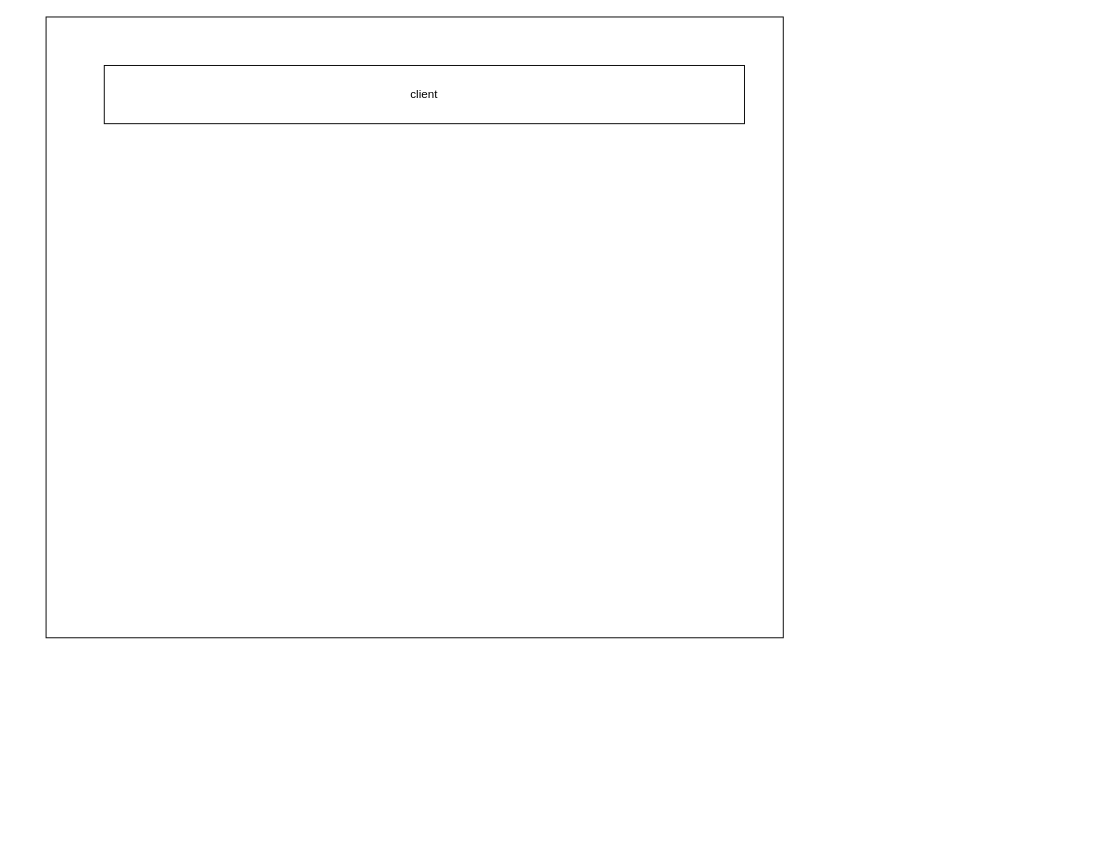
Earlier version of the draw.io diagram drawio/work-flow.drawio (KorRyu3/TriPal). Source tidied: cells renumbered, new cells numbered last; positions are measured from the earlier drawing's top-left corner, leaving out a move shared by most shapes. Both pictures are drawn from the tidied source at 97%, with x=0, y=0 at pixel (46, 16).
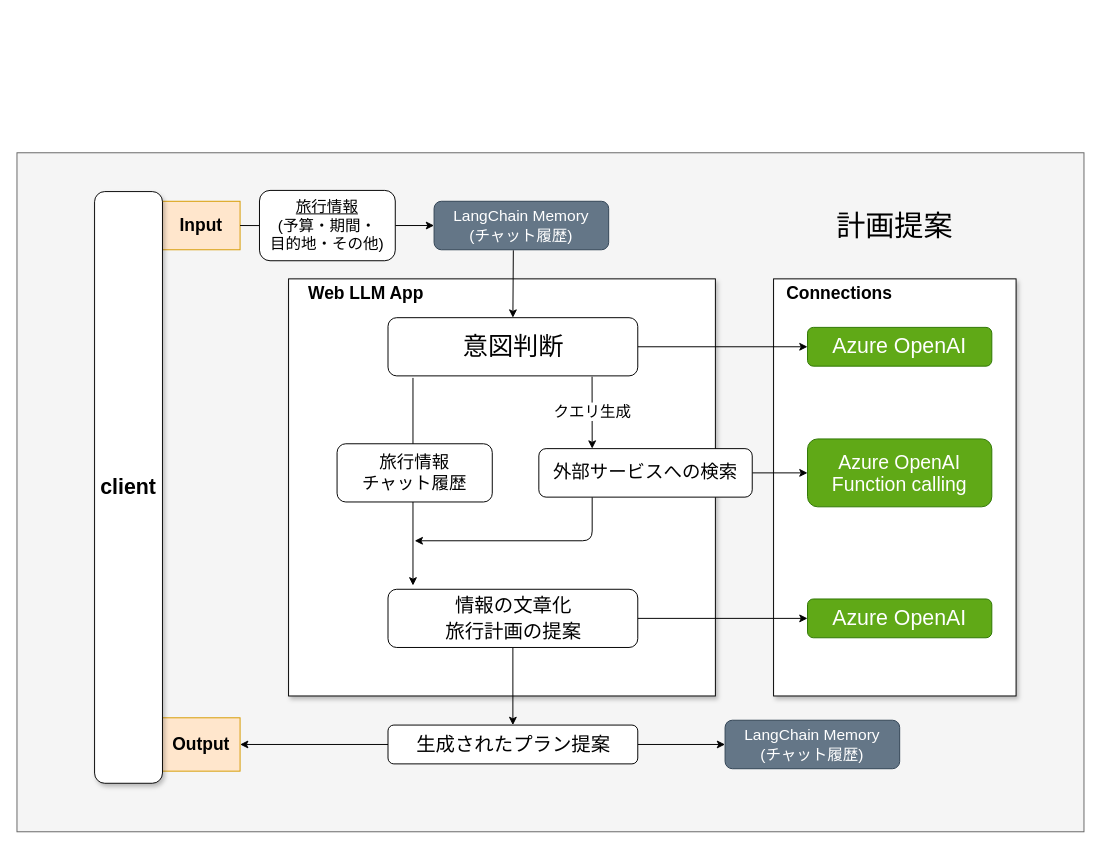
The same diagram, later.

Commit message:
[add] 計画提案のワークフローを組み立てました。

What changed in the source:
```diff
@@
-    <mxCell id="2" style="rounded=0;whiteSpace=wrap;html=1;strokeColor=#080808;" parent="1" vertex="1">
-      <mxGeometry width="760" height="640" as="geometry" />
+    <mxCell id="2" style="rounded=0;whiteSpace=wrap;html=1;strokeColor=#666666;fillColor=#f5f5f5;fontColor=#333333;" parent="1" vertex="1">
+      <mxGeometry x="-30" y="140" width="1100" height="700" as="geometry" />
     </mxCell>
+    <mxCell id="4" style="rounded=0;whiteSpace=wrap;html=1;shadow=1;" parent="1" vertex="1">
+      <mxGeometry x="250" y="270" width="440" height="430" as="geometry" />
+    </mxCell>
+    <mxCell id="5" style="rounded=0;whiteSpace=wrap;html=1;shadow=1;" parent="1" vertex="1">
+      <mxGeometry x="750" y="270" width="250" height="430" as="geometry" />
+    </mxCell>
+    <mxCell id="6" style="edgeStyle=none;html=1;entryX=0;entryY=0.5;entryDx=0;entryDy=0;fontSize=17;" parent="1" edge="1" source="10" target="11">
+      <mxGeometry relative="1" as="geometry" />
+    </mxCell>
+    <mxCell id="7" style="edgeStyle=none;html=1;entryX=0.1;entryY=-0.065;entryDx=0;entryDy=0;fontSize=16;exitX=0.1;exitY=1.035;exitDx=0;exitDy=0;exitPerimeter=0;entryPerimeter=0;" parent="1" edge="1" source="10" target="22">
+      <mxGeometry relative="1" as="geometry" />
+    </mxCell>
+    <mxCell id="8" style="edgeStyle=none;html=1;exitX=0.817;exitY=1.014;exitDx=0;exitDy=0;entryX=0.25;entryY=0;entryDx=0;entryDy=0;fontSize=16;exitPerimeter=0;" parent="1" edge="1" source="10" target="15">
+      <mxGeometry relative="1" as="geometry" />
+    </mxCell>
+    <mxCell id="9" value="クエリ生成" style="edgeLabel;html=1;align=center;verticalAlign=middle;fontSize=16;" parent="8" vertex="1">
+      <mxGeometry x="-0.37" relative="1" as="geometry">
+        <mxPoint y="13" as="offset" />
+      </mxGeometry>
+    </mxCell>
+    <mxCell id="10" value="&lt;font style=&quot;font-size: 26px;&quot;&gt;意図判断&lt;br style=&quot;font-size: 26px;&quot;&gt;&lt;/font&gt;" style="rounded=1;whiteSpace=wrap;html=1;fontSize=26;" parent="1" vertex="1">
+      <mxGeometry x="352.5" y="310" width="257.5" height="60" as="geometry" />
+    </mxCell>
+    <mxCell id="11" value="&lt;p style=&quot;line-height: 10%; font-size: 22px;&quot;&gt;Azure&amp;nbsp;&lt;span style=&quot;background-color: initial; font-size: 22px;&quot;&gt;OpenAI&lt;/span&gt;&lt;/p&gt;" style="rounded=1;whiteSpace=wrap;html=1;fontSize=22;fillColor=#60a917;fontColor=#ffffff;strokeColor=#2D7600;" parent="1" vertex="1">
+      <mxGeometry x="785" y="320" width="190" height="40" as="geometry" />
+    </mxCell>
+    <mxCell id="12" style="edgeStyle=none;html=1;fontSize=14;exitX=0.454;exitY=1.01;exitDx=0;exitDy=0;exitPerimeter=0;entryX=0.5;entryY=0;entryDx=0;entryDy=0;" parent="1" edge="1" source="34" target="10">
+      <mxGeometry relative="1" as="geometry" />
+    </mxCell>
+    <mxCell id="13" style="edgeStyle=none;html=1;entryX=0;entryY=0.5;entryDx=0;entryDy=0;fontSize=22;" parent="1" edge="1" source="15" target="17">
+      <mxGeometry relative="1" as="geometry" />
+    </mxCell>
+    <mxCell id="14" style="edgeStyle=none;html=1;exitX=0.25;exitY=1;exitDx=0;exitDy=0;fontSize=16;" parent="1" edge="1" source="15">
+      <mxGeometry relative="1" as="geometry">
+        <mxPoint x="380" y="540" as="targetPoint" />
+        <Array as="points">
+          <mxPoint x="563" y="540" />
+        </Array>
+      </mxGeometry>
+    </mxCell>
+    <mxCell id="15" value="&lt;font style=&quot;font-size: 19px;&quot;&gt;外部サービスへの検索&lt;/font&gt;" style="rounded=1;whiteSpace=wrap;html=1;fontSize=19;" parent="1" vertex="1">
+      <mxGeometry x="508" y="445" width="220" height="50" as="geometry" />
+    </mxCell>
+    <mxCell id="16" value="&lt;p style=&quot;line-height: 10%; font-size: 22px;&quot;&gt;Azure&amp;nbsp;&lt;span style=&quot;background-color: initial; font-size: 22px;&quot;&gt;OpenAI&lt;/span&gt;&lt;/p&gt;" style="rounded=1;whiteSpace=wrap;html=1;fontSize=22;fillColor=#60a917;fontColor=#ffffff;strokeColor=#2D7600;" parent="1" vertex="1">
+      <mxGeometry x="785" y="600" width="190" height="40" as="geometry" />
+    </mxCell>
+    <mxCell id="17" value="&lt;p style=&quot;line-height: 10%; font-size: 20px;&quot;&gt;Azure&amp;nbsp;&lt;span style=&quot;border-color: var(--border-color); background-color: initial; font-size: 20px;&quot;&gt;OpenAI&lt;/span&gt;&lt;span style=&quot;background-color: initial; font-size: 20px;&quot;&gt;&lt;br style=&quot;font-size: 20px;&quot;&gt;&lt;/span&gt;&lt;/p&gt;&lt;p style=&quot;line-height: 10%; font-size: 20px;&quot;&gt;&lt;span style=&quot;background-color: initial; font-size: 20px;&quot;&gt;Function calling&lt;/span&gt;&lt;br style=&quot;font-size: 20px;&quot;&gt;&lt;/p&gt;" style="rounded=1;whiteSpace=wrap;html=1;fontSize=20;fillColor=#60a917;fontColor=#ffffff;strokeColor=#2D7600;" parent="1" vertex="1">
+      <mxGeometry x="785" y="435" width="190" height="70" as="geometry" />
+    </mxCell>
+    <mxCell id="18" value="旅行情報&lt;br&gt;チャット履歴" style="rounded=1;whiteSpace=wrap;html=1;fontSize=18;" parent="1" vertex="1">
+      <mxGeometry x="300" y="440" width="160" height="60" as="geometry" />
+    </mxCell>
+    <mxCell id="19" value="計画提案" style="text;html=1;align=center;verticalAlign=middle;whiteSpace=wrap;rounded=0;fontSize=30;" parent="1" vertex="1">
+      <mxGeometry x="750" y="200" width="250" height="30" as="geometry" />
+    </mxCell>
+    <mxCell id="20" style="edgeStyle=none;html=1;entryX=0;entryY=0.5;entryDx=0;entryDy=0;fontSize=1;" parent="1" edge="1" source="22" target="16">
+      <mxGeometry relative="1" as="geometry" />
+    </mxCell>
+    <mxCell id="21" style="edgeStyle=none;html=1;entryX=0.5;entryY=0;entryDx=0;entryDy=0;fontSize=1;" parent="1" edge="1" source="22" target="25">
+      <mxGeometry relative="1" as="geometry" />
+    </mxCell>
+    <mxCell id="22" value="&lt;font style=&quot;font-size: 20px;&quot;&gt;情報の文章化&lt;br&gt;旅行計画の提案&lt;br&gt;&lt;/font&gt;" style="rounded=1;whiteSpace=wrap;html=1;fontSize=22;" parent="1" vertex="1">
+      <mxGeometry x="352.5" y="590" width="257.5" height="60" as="geometry" />
+    </mxCell>
+    <mxCell id="23" style="edgeStyle=none;html=1;fontSize=1;entryX=0;entryY=0.5;entryDx=0;entryDy=0;" parent="1" edge="1" source="25" target="26">
+      <mxGeometry relative="1" as="geometry" />
+    </mxCell>
+    <mxCell id="24" style="edgeStyle=none;html=1;fontSize=1;entryX=1;entryY=0.5;entryDx=0;entryDy=0;" parent="1" edge="1" source="25" target="28">
+      <mxGeometry relative="1" as="geometry" />
+    </mxCell>
+    <mxCell id="25" value="&lt;font style=&quot;font-size: 20px;&quot;&gt;生成されたプラン提案&lt;br&gt;&lt;/font&gt;" style="rounded=1;whiteSpace=wrap;html=1;fontSize=22;" parent="1" vertex="1">
+      <mxGeometry x="352.5" y="730" width="257.5" height="40" as="geometry" />
+    </mxCell>
+    <mxCell id="26" value="LangChain Memory&lt;br style=&quot;font-size: 16px;&quot;&gt;(チャット履歴)" style="rounded=1;whiteSpace=wrap;html=1;fontSize=16;fillColor=#647687;strokeColor=#314354;fontColor=#ffffff;" parent="1" vertex="1">
+      <mxGeometry x="700" y="725" width="180" height="50" as="geometry" />
+    </mxCell>
+    <mxCell id="27" value="Input" style="rounded=0;whiteSpace=wrap;html=1;shadow=0;labelBorderColor=none;fontSize=18;fontStyle=1;fillColor=#ffe6cc;strokeColor=#d79b00;" parent="1" vertex="1">
+      <mxGeometry x="120" y="190" width="80" height="50" as="geometry" />
+    </mxCell>
+    <mxCell id="28" value="Output" style="rounded=0;whiteSpace=wrap;html=1;shadow=0;labelBorderColor=none;fontSize=18;fontStyle=1;fillColor=#ffe6cc;strokeColor=#d79b00;" parent="1" vertex="1">
+      <mxGeometry x="120" y="722.5" width="80" height="55" as="geometry" />
+    </mxCell>
+    <mxCell id="29" value="Web LLM App" style="text;html=1;strokeColor=none;fillColor=none;align=center;verticalAlign=middle;whiteSpace=wrap;rounded=0;shadow=0;labelBorderColor=none;fontSize=18;fontStyle=1;" parent="1" vertex="1">
+      <mxGeometry x="260" y="270" width="140" height="30" as="geometry" />
+    </mxCell>
+    <mxCell id="30" value="Connections" style="text;html=1;strokeColor=none;fillColor=none;align=center;verticalAlign=middle;whiteSpace=wrap;rounded=0;shadow=0;labelBorderColor=none;fontSize=18;fontStyle=1;" parent="1" vertex="1">
+      <mxGeometry x="767.5" y="270" width="100" height="30" as="geometry" />
+    </mxCell>
-    <mxCell id="3" value="client" style="rounded=0;whiteSpace=wrap;html=1;strokeColor=#080808;" parent="1" vertex="1">
-      <mxGeometry x="60" y="50" width="660" height="60" as="geometry" />
+    <mxCell id="3" value="&lt;font style=&quot;font-size: 22px;&quot;&gt;client&lt;/font&gt;" style="rounded=1;whiteSpace=wrap;html=1;strokeColor=#080808;perimeterSpacing=0;fontSize=22;shadow=1;fontStyle=1;" parent="1" vertex="1">
+      <mxGeometry x="50" y="180" width="70" height="610" as="geometry" />
     </mxCell>
+    <mxCell id="31" style="endArrow=none;html=1;fontSize=14;entryX=0;entryY=0.5;entryDx=0;entryDy=0;exitX=1;exitY=0.5;exitDx=0;exitDy=0;" parent="1" edge="1" source="27" target="33">
+      <mxGeometry x="0.38" y="60" relative="1" as="geometry" />
+    </mxCell>
+    <mxCell id="32" style="edgeStyle=none;html=1;entryX=0;entryY=0.5;entryDx=0;entryDy=0;fontSize=16;fontColor=default;" parent="1" edge="1" source="33" target="34">
+      <mxGeometry relative="1" as="geometry" />
+    </mxCell>
+    <mxCell id="33" value="&lt;u&gt;旅行情報&lt;/u&gt;&lt;br&gt;(予算・期間・&lt;br&gt;目的地・その他)" style="rounded=1;whiteSpace=wrap;fontSize=16;html=1;" parent="1" vertex="1">
+      <mxGeometry x="220" y="178.8" width="140" height="72.5" as="geometry" />
+    </mxCell>
+    <mxCell id="34" value="LangChain Memory&lt;br style=&quot;font-size: 16px;&quot;&gt;(チャット履歴)" style="rounded=1;whiteSpace=wrap;html=1;fontSize=16;fillColor=#647687;strokeColor=#314354;fontColor=#ffffff;" parent="1" vertex="1">
+      <mxGeometry x="400" y="190" width="180" height="50" as="geometry" />
+    </mxCell>
```
